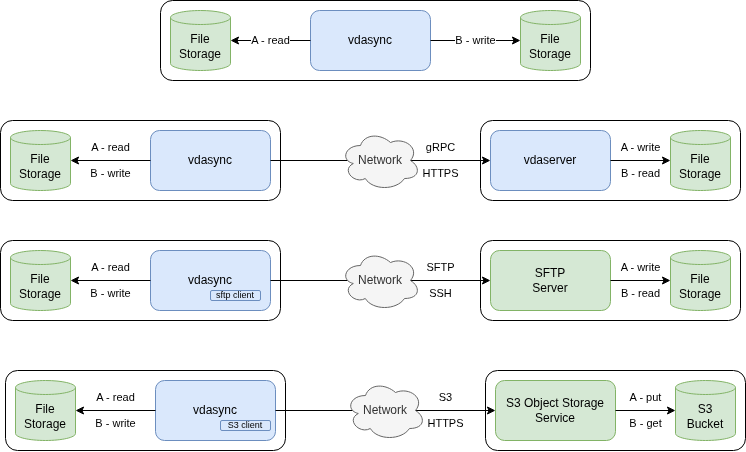
This is docs/images/vdasync.drawio.png from t-beigbeder/vdasync, a draw.io export, as it was before one commit. Source tidied: cells renumbered, new cells last; positions are measured from the earlier drawing's top-left corner, leaving out a move shared by most shapes. The source it was exported from:
```xml
<mxGraphModel>
  <root>
    <mxCell id="0" />
    <mxCell id="1" parent="0" />
    <mxCell id="2" style="rounded=1;whiteSpace=wrap;html=1;" parent="1" vertex="1">
      <mxGeometry x="480" y="120" width="260" height="80" as="geometry" />
    </mxCell>
    <mxCell id="3" value="vdaserver" style="rounded=1;whiteSpace=wrap;html=1;fillColor=#dae8fc;strokeColor=#6c8ebf;" parent="1" vertex="1">
      <mxGeometry x="490" y="130" width="120" height="60" as="geometry" />
    </mxCell>
    <mxCell id="4" value="A - write&lt;div&gt;&lt;br&gt;&lt;/div&gt;&lt;div&gt;B - read&lt;/div&gt;" style="endArrow=classic;html=1;rounded=0;exitX=1;exitY=0.5;exitDx=0;exitDy=0;entryX=0;entryY=0.5;entryDx=0;entryDy=0;entryPerimeter=0;labelBackgroundColor=none;" parent="1" edge="1" source="3" target="5">
      <mxGeometry relative="1" as="geometry" />
    </mxCell>
    <mxCell id="5" value="File Storage" style="shape=cylinder3;whiteSpace=wrap;html=1;boundedLbl=1;backgroundOutline=1;size=7;fillColor=#d5e8d4;strokeColor=#82b366;" parent="1" vertex="1">
      <mxGeometry x="670" y="130" width="60" height="60" as="geometry" />
    </mxCell>
    <mxCell id="6" style="rounded=1;whiteSpace=wrap;html=1;" parent="1" vertex="1">
      <mxGeometry x="160" width="430" height="80" as="geometry" />
    </mxCell>
    <mxCell id="7" value="vdasync" style="rounded=1;whiteSpace=wrap;html=1;fillColor=#dae8fc;strokeColor=#6c8ebf;" parent="1" vertex="1">
      <mxGeometry x="310" y="10" width="120" height="60" as="geometry" />
    </mxCell>
    <mxCell id="8" value="File Storage" style="shape=cylinder3;whiteSpace=wrap;html=1;boundedLbl=1;backgroundOutline=1;size=7;fillColor=#d5e8d4;strokeColor=#82b366;" parent="1" vertex="1">
      <mxGeometry x="170" y="10" width="60" height="60" as="geometry" />
    </mxCell>
    <mxCell id="9" value="B - write" style="endArrow=classic;html=1;rounded=0;exitX=1;exitY=0.5;exitDx=0;exitDy=0;entryX=0;entryY=0.5;entryDx=0;entryDy=0;entryPerimeter=0;" parent="1" edge="1" source="7" target="10">
      <mxGeometry relative="1" as="geometry" />
    </mxCell>
    <mxCell id="10" value="File Storage" style="shape=cylinder3;whiteSpace=wrap;html=1;boundedLbl=1;backgroundOutline=1;size=7;fillColor=#d5e8d4;strokeColor=#82b366;" parent="1" vertex="1">
      <mxGeometry x="520" y="10" width="60" height="60" as="geometry" />
    </mxCell>
    <mxCell id="11" style="rounded=1;whiteSpace=wrap;html=1;" parent="1" vertex="1">
      <mxGeometry y="120" width="280" height="80" as="geometry" />
    </mxCell>
    <mxCell id="12" value="vdasync" style="rounded=1;whiteSpace=wrap;html=1;fillColor=#dae8fc;strokeColor=#6c8ebf;" parent="1" vertex="1">
      <mxGeometry x="150" y="130" width="120" height="60" as="geometry" />
    </mxCell>
    <mxCell id="13" value="File Storage" style="shape=cylinder3;whiteSpace=wrap;html=1;boundedLbl=1;backgroundOutline=1;size=7;fillColor=#d5e8d4;strokeColor=#82b366;" parent="1" vertex="1">
      <mxGeometry x="10" y="130" width="60" height="60" as="geometry" />
    </mxCell>
    <mxCell id="14" value="A - read&lt;div&gt;&lt;br&gt;&lt;/div&gt;&lt;div&gt;B - write&lt;/div&gt;" style="endArrow=classic;html=1;rounded=0;exitX=0;exitY=0.5;exitDx=0;exitDy=0;entryX=1;entryY=0.5;entryDx=0;entryDy=0;entryPerimeter=0;labelBackgroundColor=none;" parent="1" edge="1" source="12" target="13">
      <mxGeometry relative="1" as="geometry" />
    </mxCell>
    <mxCell id="15" value="gRPC&lt;div&gt;&lt;br&gt;&lt;/div&gt;&lt;div&gt;HTTPS&lt;/div&gt;" style="endArrow=classic;html=1;rounded=0;exitX=1;exitY=0.5;exitDx=0;exitDy=0;labelBackgroundColor=none;" parent="1" edge="1" source="12" target="3">
      <mxGeometry x="0.55" relative="1" as="geometry" />
    </mxCell>
    <mxCell id="16" value="A - read" style="endArrow=classic;html=1;rounded=0;entryX=1;entryY=0.5;entryDx=0;entryDy=0;entryPerimeter=0;" parent="1" edge="1" source="7" target="8">
      <mxGeometry relative="1" as="geometry" />
    </mxCell>
    <mxCell id="17" value="Network" style="ellipse;shape=cloud;whiteSpace=wrap;html=1;fillColor=#f5f5f5;fontColor=#333333;strokeColor=#666666;" parent="1" vertex="1">
      <mxGeometry x="340" y="130" width="80" height="60" as="geometry" />
    </mxCell>
    <mxCell id="18" style="rounded=1;whiteSpace=wrap;html=1;" parent="1" vertex="1">
      <mxGeometry x="480" y="240" width="260" height="80" as="geometry" />
    </mxCell>
    <mxCell id="19" value="SFTP&lt;div&gt;Server&lt;/div&gt;" style="rounded=1;whiteSpace=wrap;html=1;fillColor=#d5e8d4;strokeColor=#82b366;" parent="1" vertex="1">
      <mxGeometry x="490" y="250" width="120" height="60" as="geometry" />
    </mxCell>
    <mxCell id="20" value="A - write&lt;div&gt;&lt;br&gt;&lt;/div&gt;&lt;div&gt;B - read&lt;/div&gt;" style="endArrow=classic;html=1;rounded=0;exitX=1;exitY=0.5;exitDx=0;exitDy=0;entryX=0;entryY=0.5;entryDx=0;entryDy=0;entryPerimeter=0;labelBackgroundColor=none;" parent="1" edge="1" source="19" target="21">
      <mxGeometry relative="1" as="geometry" />
    </mxCell>
    <mxCell id="21" value="File Storage" style="shape=cylinder3;whiteSpace=wrap;html=1;boundedLbl=1;backgroundOutline=1;size=7;fillColor=#d5e8d4;strokeColor=#82b366;" parent="1" vertex="1">
      <mxGeometry x="670" y="250" width="60" height="60" as="geometry" />
    </mxCell>
    <mxCell id="22" style="rounded=1;whiteSpace=wrap;html=1;" parent="1" vertex="1">
      <mxGeometry y="240" width="280" height="80" as="geometry" />
    </mxCell>
    <mxCell id="23" value="vdasync" style="rounded=1;whiteSpace=wrap;html=1;fillColor=#dae8fc;strokeColor=#6c8ebf;" parent="1" vertex="1">
      <mxGeometry x="150" y="250" width="120" height="60" as="geometry" />
    </mxCell>
    <mxCell id="24" value="File Storage" style="shape=cylinder3;whiteSpace=wrap;html=1;boundedLbl=1;backgroundOutline=1;size=7;fillColor=#d5e8d4;strokeColor=#82b366;" parent="1" vertex="1">
      <mxGeometry x="10" y="250" width="60" height="60" as="geometry" />
    </mxCell>
    <mxCell id="25" value="A - read&lt;div&gt;&lt;br&gt;&lt;/div&gt;&lt;div&gt;B - write&lt;/div&gt;" style="endArrow=classic;html=1;rounded=0;exitX=0;exitY=0.5;exitDx=0;exitDy=0;entryX=1;entryY=0.5;entryDx=0;entryDy=0;entryPerimeter=0;labelBackgroundColor=none;" parent="1" edge="1" source="23" target="24">
      <mxGeometry relative="1" as="geometry" />
    </mxCell>
    <mxCell id="26" value="SFTP&lt;div&gt;&lt;br&gt;&lt;/div&gt;&lt;div&gt;SSH&lt;/div&gt;" style="endArrow=classic;html=1;rounded=0;exitX=1;exitY=0.5;exitDx=0;exitDy=0;labelBackgroundColor=none;" parent="1" edge="1" source="23" target="19">
      <mxGeometry x="0.55" relative="1" as="geometry" />
    </mxCell>
    <mxCell id="27" value="Network" style="ellipse;shape=cloud;whiteSpace=wrap;html=1;fillColor=#f5f5f5;fontColor=#333333;strokeColor=#666666;" parent="1" vertex="1">
      <mxGeometry x="340" y="250" width="80" height="60" as="geometry" />
    </mxCell>
    <mxCell id="28" style="rounded=1;whiteSpace=wrap;html=1;" parent="1" vertex="1">
      <mxGeometry x="485" y="370" width="260" height="80" as="geometry" />
    </mxCell>
    <mxCell id="29" value="S3 Object Storage&lt;div&gt;Service&lt;/div&gt;" style="rounded=1;whiteSpace=wrap;html=1;fillColor=#d5e8d4;strokeColor=#82b366;" parent="1" vertex="1">
      <mxGeometry x="495" y="380" width="120" height="60" as="geometry" />
    </mxCell>
    <mxCell id="30" value="A - put&lt;div&gt;&lt;br&gt;&lt;/div&gt;&lt;div&gt;B - get&lt;/div&gt;" style="endArrow=classic;html=1;rounded=0;exitX=1;exitY=0.5;exitDx=0;exitDy=0;entryX=0;entryY=0.5;entryDx=0;entryDy=0;entryPerimeter=0;labelBackgroundColor=none;" parent="1" edge="1" source="29" target="31">
      <mxGeometry relative="1" as="geometry" />
    </mxCell>
    <mxCell id="31" value="S3&lt;div&gt;Bucket&lt;/div&gt;" style="shape=cylinder3;whiteSpace=wrap;html=1;boundedLbl=1;backgroundOutline=1;size=7;fillColor=#d5e8d4;strokeColor=#82b366;" parent="1" vertex="1">
      <mxGeometry x="675" y="380" width="60" height="60" as="geometry" />
    </mxCell>
    <mxCell id="32" style="rounded=1;whiteSpace=wrap;html=1;" parent="1" vertex="1">
      <mxGeometry x="5" y="370" width="280" height="80" as="geometry" />
    </mxCell>
    <mxCell id="33" value="vdasync" style="rounded=1;whiteSpace=wrap;html=1;fillColor=#dae8fc;strokeColor=#6c8ebf;" parent="1" vertex="1">
      <mxGeometry x="155" y="380" width="120" height="60" as="geometry" />
    </mxCell>
    <mxCell id="34" value="File Storage" style="shape=cylinder3;whiteSpace=wrap;html=1;boundedLbl=1;backgroundOutline=1;size=7;fillColor=#d5e8d4;strokeColor=#82b366;" parent="1" vertex="1">
      <mxGeometry x="15" y="380" width="60" height="60" as="geometry" />
    </mxCell>
    <mxCell id="35" value="A - read&lt;div&gt;&lt;br&gt;&lt;/div&gt;&lt;div&gt;B - write&lt;/div&gt;" style="endArrow=classic;html=1;rounded=0;exitX=0;exitY=0.5;exitDx=0;exitDy=0;entryX=1;entryY=0.5;entryDx=0;entryDy=0;entryPerimeter=0;labelBackgroundColor=none;" parent="1" edge="1" source="33" target="34">
      <mxGeometry relative="1" as="geometry" />
    </mxCell>
    <mxCell id="36" value="S3&lt;div&gt;&lt;br&gt;&lt;div&gt;HTTPS&lt;/div&gt;&lt;/div&gt;" style="endArrow=classic;html=1;rounded=0;exitX=1;exitY=0.5;exitDx=0;exitDy=0;labelBackgroundColor=none;" parent="1" edge="1" source="33" target="29">
      <mxGeometry x="0.55" relative="1" as="geometry" />
    </mxCell>
    <mxCell id="37" value="Network" style="ellipse;shape=cloud;whiteSpace=wrap;html=1;fillColor=#f5f5f5;strokeColor=#666666;fontColor=#333333;" parent="1" vertex="1">
      <mxGeometry x="345" y="380" width="80" height="60" as="geometry" />
    </mxCell>
    <mxCell id="38" value="sftp client" style="rounded=1;whiteSpace=wrap;html=1;fontSize=9;fillColor=#dae8fc;strokeColor=#6c8ebf;" parent="1" vertex="1">
      <mxGeometry x="210" y="290" width="50" height="10" as="geometry" />
    </mxCell>
    <mxCell id="39" value="S3 client" style="rounded=1;whiteSpace=wrap;html=1;fontSize=9;fillColor=#dae8fc;strokeColor=#6c8ebf;" parent="1" vertex="1">
      <mxGeometry x="220" y="420" width="50" height="10" as="geometry" />
    </mxCell>
  </root>
</mxGraphModel>
```
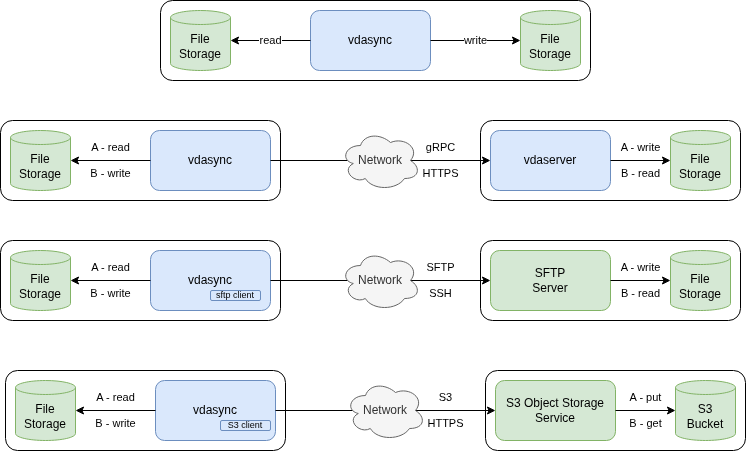
Later version of the same file.

Diff of the diagram source:
```diff
@@ -23,7 +23,7 @@
     <mxCell id="8" value="File Storage" style="shape=cylinder3;whiteSpace=wrap;html=1;boundedLbl=1;backgroundOutline=1;size=7;fillColor=#d5e8d4;strokeColor=#82b366;" parent="1" vertex="1">
       <mxGeometry x="170" y="10" width="60" height="60" as="geometry" />
     </mxCell>
-    <mxCell id="9" value="B - write" style="endArrow=classic;html=1;rounded=0;exitX=1;exitY=0.5;exitDx=0;exitDy=0;entryX=0;entryY=0.5;entryDx=0;entryDy=0;entryPerimeter=0;" parent="1" edge="1" source="7" target="10">
+    <mxCell id="9" value="write" style="endArrow=classic;html=1;rounded=0;exitX=1;exitY=0.5;exitDx=0;exitDy=0;entryX=0;entryY=0.5;entryDx=0;entryDy=0;entryPerimeter=0;" parent="1" edge="1" source="7" target="10">
       <mxGeometry relative="1" as="geometry" />
     </mxCell>
     <mxCell id="10" value="File Storage" style="shape=cylinder3;whiteSpace=wrap;html=1;boundedLbl=1;backgroundOutline=1;size=7;fillColor=#d5e8d4;strokeColor=#82b366;" parent="1" vertex="1">
@@ -44,7 +44,7 @@
     <mxCell id="15" value="gRPC&lt;div&gt;&lt;br&gt;&lt;/div&gt;&lt;div&gt;HTTPS&lt;/div&gt;" style="endArrow=classic;html=1;rounded=0;exitX=1;exitY=0.5;exitDx=0;exitDy=0;labelBackgroundColor=none;" parent="1" edge="1" source="12" target="3">
       <mxGeometry x="0.55" relative="1" as="geometry" />
     </mxCell>
-    <mxCell id="16" value="A - read" style="endArrow=classic;html=1;rounded=0;entryX=1;entryY=0.5;entryDx=0;entryDy=0;entryPerimeter=0;" parent="1" edge="1" source="7" target="8">
+    <mxCell id="16" value="read" style="endArrow=classic;html=1;rounded=0;entryX=1;entryY=0.5;entryDx=0;entryDy=0;entryPerimeter=0;" parent="1" edge="1" source="7" target="8">
       <mxGeometry relative="1" as="geometry" />
     </mxCell>
     <mxCell id="17" value="Network" style="ellipse;shape=cloud;whiteSpace=wrap;html=1;fillColor=#f5f5f5;fontColor=#333333;strokeColor=#666666;" parent="1" vertex="1">
```
